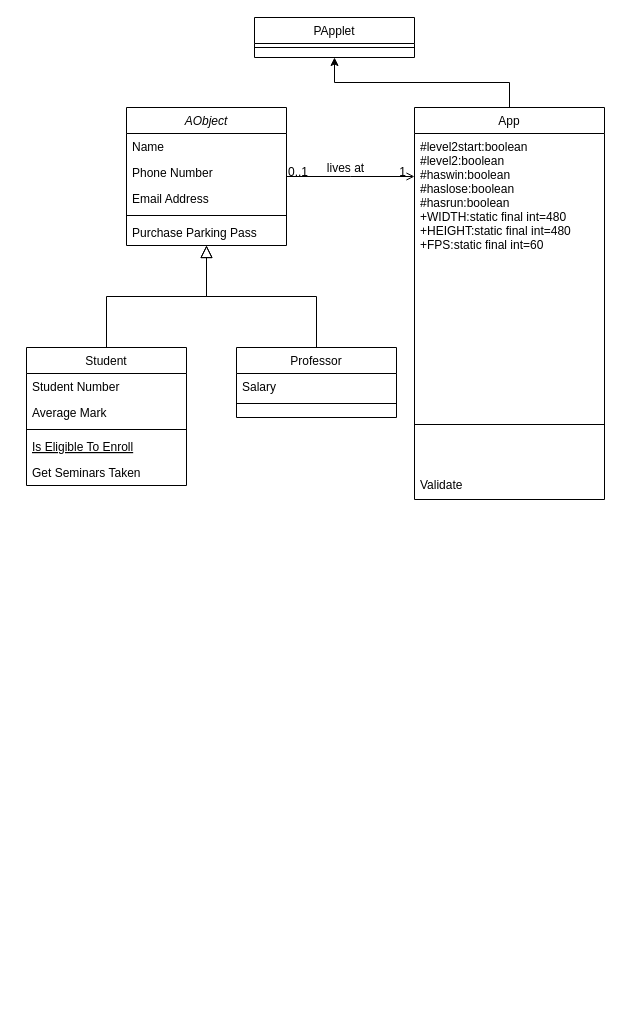
Above: Untitled Diagram.drawio in Neptuneqaq/neptune (draw.io), before the change. Source tidied: cells renumbered, new cells numbered last; positions are measured from the earlier drawing's top-left corner, leaving out a move shared by most shapes. Both pictures are drawn from the tidied source at 100%, with x=0, y=0 at pixel (26, 17).
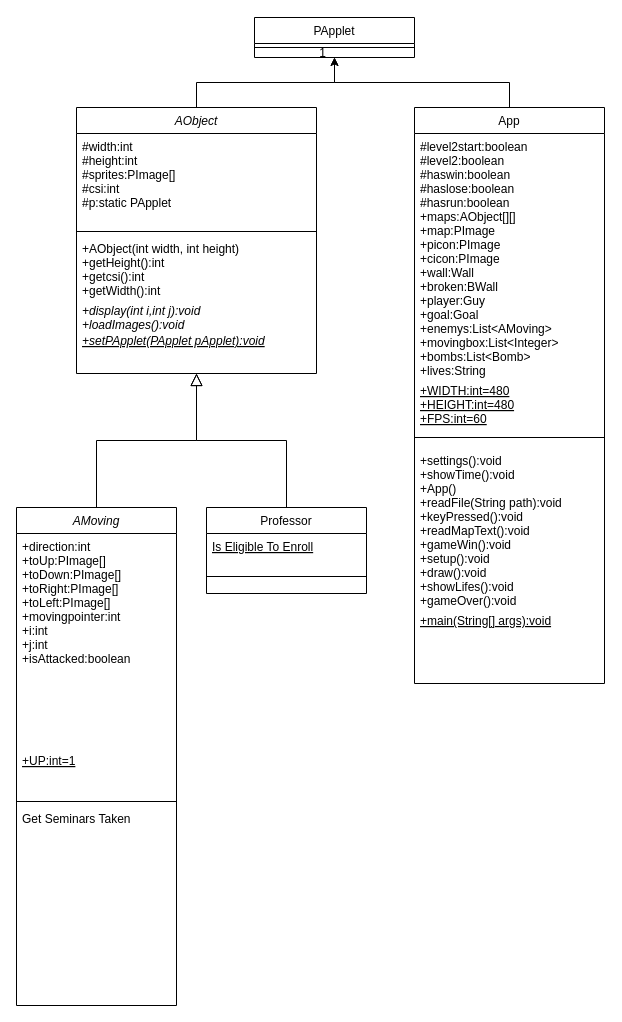
The same diagram, later.

The change refers to these unchanged cells:
```xml
<mxCell id="28" value="PApplet" style="swimlane;fontStyle=0;align=center;verticalAlign=top;horizontal=1;startSize=26;rounded=0;shadow=0;strokeWidth=1;fontColor=default;" parent="1" vertex="1">
  <mxGeometry x="228" width="160" height="40" as="geometry" />
</mxCell>
```

Change to the diagram source:
```diff
@@
     <mxCell id="2" value="AObject" style="swimlane;fontStyle=2;align=center;verticalAlign=top;horizontal=1;startSize=26;rounded=0;shadow=0;strokeWidth=1;" parent="1" vertex="1">
-      <mxGeometry x="100" y="90" width="160" height="138" as="geometry" />
+      <mxGeometry x="50" y="90" width="240" height="266" as="geometry" />
     </mxCell>
-    <mxCell id="3" value="Name" style="text;align=left;verticalAlign=top;spacingLeft=4;spacingRight=4;overflow=hidden;" parent="2" vertex="1">
-      <mxGeometry y="26" width="160" height="26" as="geometry" />
+    <mxCell id="3" value="#width:int&#10;#height:int&#10;#sprites:PImage[]&#10;#csi:int&#10;#p:static PApplet" style="text;align=left;verticalAlign=top;spacingLeft=4;spacingRight=4;overflow=hidden;" parent="2" vertex="1">
+      <mxGeometry y="26" width="240" height="94" as="geometry" />
     </mxCell>
-    <mxCell id="4" value="Phone Number" style="text;align=left;verticalAlign=top;spacingLeft=4;spacingRight=4;overflow=hidden;rounded=0;shadow=0;html=0;" parent="2" vertex="1">
-      <mxGeometry y="52" width="160" height="26" as="geometry" />
-    </mxCell>
-    <mxCell id="5" value="Email Address" style="text;align=left;verticalAlign=top;spacingLeft=4;spacingRight=4;overflow=hidden;rounded=0;shadow=0;html=0;" parent="2" vertex="1">
-      <mxGeometry y="78" width="160" height="26" as="geometry" />
-    </mxCell>
     <mxCell id="6" style="line;html=1;strokeWidth=1;align=left;verticalAlign=middle;spacingTop=-1;spacingLeft=3;spacingRight=3;labelPosition=right;" parent="2" vertex="1">
-      <mxGeometry y="104" width="160" height="8" as="geometry" />
+      <mxGeometry y="120" width="240" height="8" as="geometry" />
     </mxCell>
-    <mxCell id="7" value="Purchase Parking Pass" style="text;align=left;verticalAlign=top;spacingLeft=4;spacingRight=4;overflow=hidden;" parent="2" vertex="1">
-      <mxGeometry y="112" width="160" height="26" as="geometry" />
+    <mxCell id="7" value="+AObject(int width, int height)&#10;+getHeight():int&#10;+getcsi():int&#10;+getWidth():int" style="text;align=left;verticalAlign=top;spacingLeft=4;spacingRight=4;overflow=hidden;fontStyle=0;" parent="2" vertex="1">
+      <mxGeometry y="128" width="240" height="62" as="geometry" />
     </mxCell>
+    <mxCell id="30" value="+display(int i,int j):void&#10;+loadImages():void" style="text;align=left;verticalAlign=top;spacingLeft=4;spacingRight=4;overflow=hidden;fontStyle=2;" parent="2" vertex="1">
+      <mxGeometry y="190" width="240" height="30" as="geometry" />
+    </mxCell>
+    <mxCell id="31" value="+setPApplet(PApplet pApplet):void" style="text;align=left;verticalAlign=top;spacingLeft=4;spacingRight=4;overflow=hidden;fontStyle=6;" parent="2" vertex="1">
+      <mxGeometry y="220" width="240" height="26" as="geometry" />
+    </mxCell>
-    <mxCell id="8" value="Student" style="swimlane;fontStyle=0;align=center;verticalAlign=top;horizontal=1;startSize=26;rounded=0;shadow=0;strokeWidth=1;" parent="1" vertex="1">
-      <mxGeometry y="330" width="160" height="138" as="geometry" />
+    <mxCell id="8" value="AMoving" style="swimlane;fontStyle=2;align=center;verticalAlign=top;horizontal=1;startSize=26;rounded=0;shadow=0;strokeWidth=1;" parent="1" vertex="1">
+      <mxGeometry x="-10" y="490" width="160" height="498" as="geometry" />
     </mxCell>
-    <mxCell id="9" value="Student Number" style="text;align=left;verticalAlign=top;spacingLeft=4;spacingRight=4;overflow=hidden;" parent="8" vertex="1">
-      <mxGeometry y="26" width="160" height="26" as="geometry" />
+    <mxCell id="9" value="+direction:int&#10;+toUp:PImage[]&#10;+toDown:PImage[]&#10;+toRight:PImage[]&#10;+toLeft:PImage[]&#10;+movingpointer:int&#10;+i:int&#10;+j:int&#10;+isAttacked:boolean&#10;&#10;" style="text;align=left;verticalAlign=top;spacingLeft=4;spacingRight=4;overflow=hidden;" parent="8" vertex="1">
+      <mxGeometry y="26" width="160" height="214" as="geometry" />
     </mxCell>
-    <mxCell id="10" value="Average Mark" style="text;align=left;verticalAlign=top;spacingLeft=4;spacingRight=4;overflow=hidden;rounded=0;shadow=0;html=0;" parent="8" vertex="1">
-      <mxGeometry y="52" width="160" height="26" as="geometry" />
-    </mxCell>
+    <mxCell id="12" value="+UP:int=1" style="text;align=left;verticalAlign=top;spacingLeft=4;spacingRight=4;overflow=hidden;fontStyle=4;" parent="8" vertex="1">
+      <mxGeometry y="240" width="160" height="50" as="geometry" />
+    </mxCell>
     <mxCell id="11" style="line;html=1;strokeWidth=1;align=left;verticalAlign=middle;spacingTop=-1;spacingLeft=3;spacingRight=3;labelPosition=right;" parent="8" vertex="1">
-      <mxGeometry y="78" width="160" height="8" as="geometry" />
+      <mxGeometry y="290" width="160" height="8" as="geometry" />
     </mxCell>
-    <mxCell id="12" value="Is Eligible To Enroll" style="text;align=left;verticalAlign=top;spacingLeft=4;spacingRight=4;overflow=hidden;fontStyle=4;" parent="8" vertex="1">
-      <mxGeometry y="86" width="160" height="26" as="geometry" />
-    </mxCell>
     <mxCell id="13" value="Get Seminars Taken" style="text;align=left;verticalAlign=top;spacingLeft=4;spacingRight=4;overflow=hidden;" parent="8" vertex="1">
-      <mxGeometry y="112" width="160" height="26" as="geometry" />
+      <mxGeometry y="298" width="160" height="116" as="geometry" />
     </mxCell>
@@
     <mxCell id="15" value="Professor" style="swimlane;fontStyle=0;align=center;verticalAlign=top;horizontal=1;startSize=26;rounded=0;shadow=0;strokeWidth=1;" parent="1" vertex="1">
-      <mxGeometry x="210" y="330" width="160" height="70" as="geometry" />
+      <mxGeometry x="180" y="490" width="160" height="86" as="geometry" />
     </mxCell>
-    <mxCell id="16" value="Salary" style="text;align=left;verticalAlign=top;spacingLeft=4;spacingRight=4;overflow=hidden;" parent="15" vertex="1">
-      <mxGeometry y="26" width="160" height="26" as="geometry" />
-    </mxCell>
+    <mxCell id="32" value="Is Eligible To Enroll" style="text;align=left;verticalAlign=top;spacingLeft=4;spacingRight=4;overflow=hidden;fontStyle=4;" parent="15" vertex="1">
+      <mxGeometry y="26" width="160" height="26" as="geometry" />
+    </mxCell>
     <mxCell id="17" style="line;html=1;strokeWidth=1;align=left;verticalAlign=middle;spacingTop=-1;spacingLeft=3;spacingRight=3;labelPosition=right;" parent="15" vertex="1">
-      <mxGeometry y="52" width="160" height="8" as="geometry" />
+      <mxGeometry y="52" width="160" height="34" as="geometry" />
     </mxCell>
@@
     <mxCell id="20" value="App" style="swimlane;fontStyle=0;align=center;verticalAlign=top;horizontal=1;startSize=26;rounded=0;shadow=0;strokeWidth=1;" parent="1" vertex="1">
-      <mxGeometry x="388" y="90" width="190" height="392" as="geometry" />
+      <mxGeometry x="388" y="90" width="190" height="576" as="geometry" />
     </mxCell>
-    <mxCell id="21" value="#level2start:boolean&#10;#level2:boolean&#10;#haswin:boolean&#10;#haslose:boolean&#10;#hasrun:boolean&#10;+WIDTH:static final int=480&#10;+HEIGHT:static final int=480&#10;+FPS:static final int=60&#10;&#10;" style="text;align=left;verticalAlign=top;spacingLeft=4;spacingRight=4;overflow=hidden;rounded=0;shadow=0;html=0;" parent="20" vertex="1">
+    <mxCell id="21" value="#level2start:boolean&#10;#level2:boolean&#10;#haswin:boolean&#10;#haslose:boolean&#10;#hasrun:boolean&#10;+maps:AObject[][]&#10;+map:PImage&#10;+picon:PImage&#10;+cicon:PImage&#10;+wall:Wall&#10;+broken:BWall&#10;+player:Guy&#10;+goal:Goal&#10;+enemys:List&lt;AMoving&gt;&#10;+movingbox:List&lt;Integer&gt;&#10;+bombs:List&lt;Bomb&gt;&#10;+lives:String&#10;" style="text;align=left;verticalAlign=top;spacingLeft=4;spacingRight=4;overflow=hidden;rounded=0;shadow=0;html=0;" parent="20" vertex="1">
       <mxGeometry y="26" width="190" height="244" as="geometry" />
     </mxCell>
+    <mxCell id="16" value="+WIDTH:int=480&#10;+HEIGHT:int=480&#10;+FPS:int=60" style="text;align=left;verticalAlign=top;spacingLeft=4;spacingRight=4;overflow=hidden;fontStyle=4;" parent="20" vertex="1">
+      <mxGeometry y="270" width="190" height="50" as="geometry" />
+    </mxCell>
     <mxCell id="22" style="line;html=1;strokeWidth=1;align=left;verticalAlign=middle;spacingTop=-1;spacingLeft=3;spacingRight=3;labelPosition=right;" parent="20" vertex="1">
-      <mxGeometry y="270" width="190" height="94" as="geometry" />
+      <mxGeometry y="320" width="190" height="20" as="geometry" />
     </mxCell>
-    <mxCell id="23" value="Validate" style="text;align=left;verticalAlign=top;spacingLeft=4;spacingRight=4;overflow=hidden;" parent="20" vertex="1">
-      <mxGeometry y="364" width="190" height="28" as="geometry" />
+    <mxCell id="23" value="+settings():void&#10;+showTime():void&#10;+App()&#10;+readFile(String path):void&#10;+keyPressed():void&#10;+readMapText():void&#10;+gameWin():void&#10;+setup():void&#10;+draw():void&#10;+showLifes():void&#10;+gameOver():void&#10;" style="text;align=left;verticalAlign=top;spacingLeft=4;spacingRight=4;overflow=hidden;" parent="20" vertex="1">
+      <mxGeometry y="340" width="190" height="160" as="geometry" />
     </mxCell>
+    <mxCell id="33" value="+main(String[] args):void" style="text;align=left;verticalAlign=top;spacingLeft=4;spacingRight=4;overflow=hidden;fontStyle=4;" parent="20" vertex="1">
+      <mxGeometry y="500" width="190" height="26" as="geometry" />
+    </mxCell>
-    <mxCell id="24" style="endArrow=open;shadow=0;strokeWidth=1;rounded=0;endFill=1;edgeStyle=elbowEdgeStyle;elbow=vertical;" parent="1" edge="1" source="2" target="20">
+    <mxCell id="24" style="endArrow=open;shadow=0;strokeWidth=1;rounded=0;endFill=1;edgeStyle=elbowEdgeStyle;elbow=vertical;entryX=0.5;entryY=1;entryDx=0;entryDy=0;" parent="1" edge="1" source="2" target="28">
       <mxGeometry x="0.5" y="41" relative="1" as="geometry">
         <mxPoint x="-40" y="32" as="offset" />
       </mxGeometry>
     </mxCell>
-    <mxCell id="25" value="0..1" style="align=left;verticalAlign=bottom;labelBackgroundColor=none;fontSize=12;" parent="24" vertex="1">
-      <mxGeometry x="-1" relative="1" as="geometry">
-        <mxPoint y="4" as="offset" />
-      </mxGeometry>
-    </mxCell>
@@
-    <mxCell id="27" value="lives at" style="text;html=1;align=center;verticalAlign=middle;labelBackgroundColor=none;rounded=0;shadow=0;strokeWidth=1;fontSize=12;" parent="24" vertex="1">
-      <mxGeometry x="0.5" y="49" relative="1" as="geometry">
-        <mxPoint x="-38" y="40" as="offset" />
-      </mxGeometry>
-    </mxCell>
```
